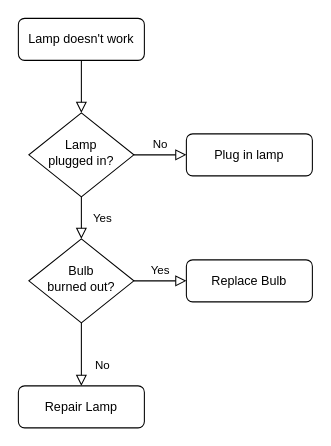
Mayuyu/diagrams keeps this draw.io diagram as sketch_of_proof.drawio. Above is the earlier version. Source tidied: cells renumbered, new cells numbered last; positions are measured from the earlier drawing's top-left corner, leaving out a move shared by most shapes. Both pictures are drawn from the tidied source at 105%, with x=0, y=0 at pixel (18, 18).
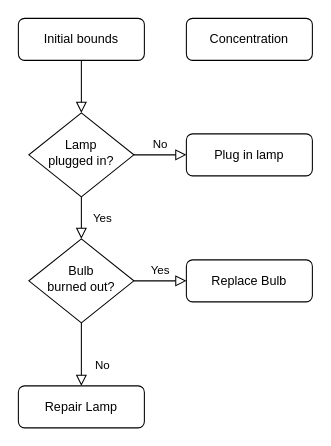
The same page after the edit.

Diff of the diagram source:
```diff
@@
 <mxGraphModel>
   <root>
     <mxCell id="0" />
     <mxCell id="1" parent="0" />
     <mxCell id="2" style="rounded=0;html=1;jettySize=auto;fontSize=11;endArrow=block;endFill=0;endSize=8;strokeWidth=1;shadow=0;labelBackgroundColor=none;edgeStyle=orthogonalEdgeStyle;" parent="1" edge="1" source="3" target="6">
       <mxGeometry relative="1" as="geometry" />
     </mxCell>
-    <mxCell id="3" value="Lamp doesn't work" style="rounded=1;whiteSpace=wrap;html=1;fontSize=12;glass=0;strokeWidth=1;shadow=0;" parent="1" vertex="1">
+    <mxCell id="3" value="Initial bounds" style="rounded=1;whiteSpace=wrap;html=1;fontSize=12;glass=0;strokeWidth=1;shadow=0;" parent="1" vertex="1">
       <mxGeometry width="120" height="40" as="geometry" />
     </mxCell>
     <mxCell id="4" value="Yes" style="rounded=0;html=1;jettySize=auto;fontSize=11;endArrow=block;endFill=0;endSize=8;strokeWidth=1;shadow=0;labelBackgroundColor=none;edgeStyle=orthogonalEdgeStyle;" parent="1" edge="1" source="6" target="10">
       <mxGeometry y="20" relative="1" as="geometry" />
     </mxCell>
     <mxCell id="5" value="No" style="edgeStyle=orthogonalEdgeStyle;rounded=0;html=1;jettySize=auto;fontSize=11;endArrow=block;endFill=0;endSize=8;strokeWidth=1;shadow=0;labelBackgroundColor=none;" parent="1" edge="1" source="6" target="7">
       <mxGeometry y="10" relative="1" as="geometry" />
     </mxCell>
     <mxCell id="6" value="Lamp&lt;br&gt;plugged in?" style="rhombus;whiteSpace=wrap;html=1;shadow=0;fontFamily=Helvetica;fontSize=12;align=center;strokeWidth=1;spacing=6;spacingTop=-4;" parent="1" vertex="1">
       <mxGeometry x="10" y="90" width="100" height="80" as="geometry" />
     </mxCell>
     <mxCell id="7" value="Plug in lamp" style="rounded=1;whiteSpace=wrap;html=1;fontSize=12;glass=0;strokeWidth=1;shadow=0;" parent="1" vertex="1">
       <mxGeometry x="160" y="110" width="120" height="40" as="geometry" />
     </mxCell>
     <mxCell id="8" value="No" style="rounded=0;html=1;jettySize=auto;fontSize=11;endArrow=block;endFill=0;endSize=8;strokeWidth=1;shadow=0;labelBackgroundColor=none;edgeStyle=orthogonalEdgeStyle;" parent="1" edge="1" source="10" target="11">
       <mxGeometry x="0.33" y="20" relative="1" as="geometry" />
     </mxCell>
     <mxCell id="9" value="Yes" style="edgeStyle=orthogonalEdgeStyle;rounded=0;html=1;jettySize=auto;fontSize=11;endArrow=block;endFill=0;endSize=8;strokeWidth=1;shadow=0;labelBackgroundColor=none;" parent="1" edge="1" source="10" target="12">
       <mxGeometry y="10" relative="1" as="geometry" />
     </mxCell>
     <mxCell id="10" value="Bulb&lt;br&gt;burned out?" style="rhombus;whiteSpace=wrap;html=1;shadow=0;fontFamily=Helvetica;fontSize=12;align=center;strokeWidth=1;spacing=6;spacingTop=-4;" parent="1" vertex="1">
       <mxGeometry x="10" y="210" width="100" height="80" as="geometry" />
     </mxCell>
     <mxCell id="11" value="Repair Lamp" style="rounded=1;whiteSpace=wrap;html=1;fontSize=12;glass=0;strokeWidth=1;shadow=0;" parent="1" vertex="1">
       <mxGeometry y="350" width="120" height="40" as="geometry" />
     </mxCell>
     <mxCell id="12" value="Replace Bulb" style="rounded=1;whiteSpace=wrap;html=1;fontSize=12;glass=0;strokeWidth=1;shadow=0;" parent="1" vertex="1">
       <mxGeometry x="160" y="230" width="120" height="40" as="geometry" />
     </mxCell>
+    <mxCell id="13" value="Concentration" style="rounded=1;whiteSpace=wrap;html=1;fontSize=12;glass=0;strokeWidth=1;shadow=0;" parent="1" vertex="1">
+      <mxGeometry x="160" width="120" height="40" as="geometry" />
+    </mxCell>
   </root>
 </mxGraphModel>
```
